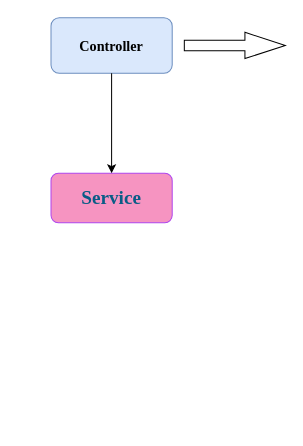
Earlier version of the draw.io diagram Untitled Diagram.drawio (XinBaoCode/digram). Source tidied: cells renumbered, new cells numbered last; positions are measured from the earlier drawing's top-left corner, leaving out a move shared by most shapes. Both pictures are drawn from the tidied source at 101%, with x=0, y=0 at pixel (50, 17).
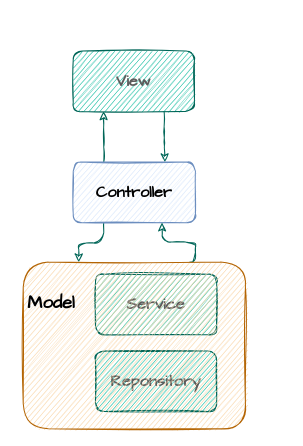
After the change.

What changed in the source:
```diff
@@
 <mxGraphModel>
   <root>
     <mxCell id="0" />
     <mxCell id="1" parent="0" />
+    <mxCell id="6" style="edgeStyle=orthogonalEdgeStyle;curved=0;rounded=1;sketch=1;jettySize=auto;html=1;exitX=0.75;exitY=1;exitDx=0;exitDy=0;entryX=0.75;entryY=0;entryDx=0;entryDy=0;fontColor=#5C5C5C;strokeColor=#006658;fillColor=#21C0A5;" parent="1" edge="1" source="7" target="3">
+      <mxGeometry relative="1" as="geometry" />
+    </mxCell>
+    <mxCell id="7" value="View" style="rounded=1;whiteSpace=wrap;html=1;fontFamily=Comic Sans MS;horizontal=1;fontStyle=1;align=center;verticalAlign=middle;fontSize=16;fillColor=#21C0A5;strokeColor=#006658;fontColor=#5C5C5C;sketch=1;" parent="1" vertex="1">
+      <mxGeometry x="22" y="33" width="120" height="60" as="geometry" />
+    </mxCell>
+    <mxCell id="8" style="edgeStyle=orthogonalEdgeStyle;curved=0;rounded=1;sketch=1;jettySize=auto;html=1;exitX=0.25;exitY=1;exitDx=0;exitDy=0;entryX=0.25;entryY=0;entryDx=0;entryDy=0;fontColor=#5C5C5C;strokeColor=#006658;fillColor=#21C0A5;" parent="1" edge="1" source="3" target="12">
+      <mxGeometry relative="1" as="geometry" />
+    </mxCell>
+    <mxCell id="9" style="edgeStyle=orthogonalEdgeStyle;curved=0;rounded=1;sketch=1;jettySize=auto;html=1;exitX=0.25;exitY=0;exitDx=0;exitDy=0;entryX=0.25;entryY=1;entryDx=0;entryDy=0;fontColor=#5C5C5C;strokeColor=#006658;fillColor=#21C0A5;" parent="1" edge="1" source="3" target="7">
+      <mxGeometry relative="1" as="geometry" />
+    </mxCell>
+    <mxCell id="3" value="Controller" style="rounded=1;whiteSpace=wrap;html=1;fontFamily=Comic Sans MS;horizontal=1;fontStyle=1;align=center;verticalAlign=middle;fontSize=16;fillColor=#dae8fc;strokeColor=#6c8ebf;sketch=1;" parent="1" vertex="1">
+      <mxGeometry x="22" y="143" width="121" height="60" as="geometry" />
+    </mxCell>
-    <mxCell id="2" value="&lt;div style=&quot;&quot;&gt;&lt;font style=&quot;font-size: 19px;&quot;&gt;Service&lt;/font&gt;&lt;/div&gt;" style="whiteSpace=wrap;html=1;fillColor=#F694C1;strokeColor=#AF45ED;fontColor=#095C86;rounded=1;fontStyle=1;fontFamily=Times New Roman;fontSize=19;" parent="1" vertex="1">
-      <mxGeometry y="154" width="120" height="49" as="geometry" />
+    <mxCell id="2" value="Service" style="rounded=1;whiteSpace=wrap;html=1;fontFamily=Comic Sans MS;horizontal=1;fontStyle=1;align=center;verticalAlign=middle;fontSize=16;fillColor=#21C0A5;strokeColor=#006658;fontColor=#5C5C5C;sketch=1;" parent="1" vertex="1">
+      <mxGeometry x="44" y="254" width="120" height="60" as="geometry" />
     </mxCell>
-    <mxCell id="3" value="&lt;h3&gt;&lt;font face=&quot;Times New Roman&quot;&gt;Controller&lt;/font&gt;&lt;/h3&gt;" style="whiteSpace=wrap;html=1;fillColor=#dae8fc;strokeColor=#6c8ebf;rounded=1;" parent="1" vertex="1">
-      <mxGeometry width="120" height="55" as="geometry" />
-    </mxCell>
-    <mxCell id="4" style="endArrow=classic;html=1;rounded=0;fontFamily=Times New Roman;fontSize=19;" parent="1" edge="1" source="3" target="2">
-      <mxGeometry relative="1" as="geometry" />
-    </mxCell>
-    <mxCell id="5" style="html=1;shadow=0;dashed=0;align=center;verticalAlign=middle;shape=mxgraph.arrows2.arrow;dy=0.6;dx=40;notch=0;rounded=1;fontFamily=Times New Roman;fontSize=19;" parent="1" vertex="1">
-      <mxGeometry x="132" y="14.5" width="100" height="26" as="geometry" />
-    </mxCell>
+    <mxCell id="10" value="Reponsitory" style="rounded=1;whiteSpace=wrap;html=1;fontFamily=Comic Sans MS;horizontal=1;fontStyle=1;align=center;verticalAlign=middle;fontSize=16;fillColor=#21C0A5;strokeColor=#006658;fontColor=#5C5C5C;sketch=1;" parent="1" vertex="1">
+      <mxGeometry x="44" y="330" width="120" height="60" as="geometry" />
+    </mxCell>
+    <mxCell id="11" style="edgeStyle=orthogonalEdgeStyle;curved=0;rounded=1;sketch=1;jettySize=auto;html=1;exitX=0.75;exitY=0;exitDx=0;exitDy=0;fontColor=#5C5C5C;strokeColor=#006658;fillColor=#21C0A5;" parent="1" edge="1" source="12" target="3">
+      <mxGeometry relative="1" as="geometry">
+        <Array as="points">
+          <mxPoint x="143" y="222" />
+          <mxPoint x="110" y="222" />
+        </Array>
+      </mxGeometry>
+    </mxCell>
+    <mxCell id="12" style="rounded=1;whiteSpace=wrap;html=1;sketch=1;labelBorderColor=none;fontStyle=0;fillColor=#fad7ac;strokeColor=#b46504;" parent="1" vertex="1">
+      <mxGeometry x="-27.5" y="242" width="220" height="165" as="geometry" />
+    </mxCell>
+    <mxCell id="13" value="&lt;h2&gt;&lt;font face=&quot;Comic Sans MS&quot;&gt;Model&lt;/font&gt;&lt;/h2&gt;" style="text;html=1;align=center;verticalAlign=middle;fillColor=none;" parent="1" vertex="1">
+      <mxGeometry x="-33" y="254" width="66" height="55" as="geometry" />
+    </mxCell>
   </root>
 </mxGraphModel>
```
